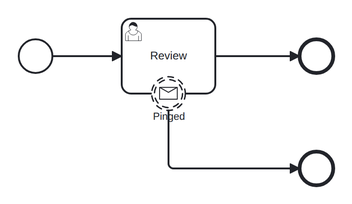
This is conformance/catalog/diagrams/boundary-message-noninterrupting.png from pblumer/atlas, a BPMN export, as it was before one commit. Its source is kept beside it as conformance/models/boundary-message-noninterrupting.bpmn. Ids are renumbered. The source it was exported from:
```xml
<!--
  Conformance micro-fixture: a non-interrupting boundary message.

  Start -> userTask "review" -> End "done", with a non-interrupting boundary
  message ("ping", correlation key "K") on "review" routing to End "notified".
  When the message arrives the boundary spawns a *parallel* token to "notified"
  while the host keeps running — the defining property of non-interrupting. The
  instance finishes only once both tokens end. Driver: Publish("ping", "K") then
  Complete("review").
-->
<definitions xmlns="http://www.omg.org/spec/BPMN/20100524/MODEL"
             xmlns:bpmndi="http://www.omg.org/spec/BPMN/20100524/DI"
             xmlns:dc="http://www.omg.org/spec/DD/20100524/DC"
             xmlns:di="http://www.omg.org/spec/DD/20100524/DI"
             xmlns:zeebe="http://camunda.org/schema/zeebe/1.0"
             id="defs_boundary_message_noninterrupting" targetNamespace="http://atlas/conformance">
  <message id="Msg_ping" name="ping">
    <extensionElements>
      <zeebe:subscription correlationKey="= &quot;K&quot;"/>
    </extensionElements>
  </message>
  <process id="boundary-message-noninterrupting" name="Boundary message (non-interrupting)" isExecutable="true">
    <startEvent id="start"/>
    <userTask id="review" name="Review">
      <extensionElements>
        <zeebe:assignmentDefinition candidateGroups="reviewers"/>
      </extensionElements>
    </userTask>
    <boundaryEvent id="pinged" name="Pinged" attachedToRef="review" cancelActivity="false">
      <messageEventDefinition messageRef="Msg_ping"/>
    </boundaryEvent>
    <endEvent id="done"/>
    <endEvent id="notified"/>
    <sequenceFlow id="f1" sourceRef="start" targetRef="review"/>
    <sequenceFlow id="f2" sourceRef="review" targetRef="done"/>
    <sequenceFlow id="f3" sourceRef="pinged" targetRef="notified"/>
  </process>
  <bpmndi:BPMNDiagram id="diagram">
    <bpmndi:BPMNPlane id="plane" bpmnElement="boundary-message-noninterrupting">
      <bpmndi:BPMNShape id="di_start" bpmnElement="start"><dc:Bounds x="160" y="182" width="36" height="36"/></bpmndi:BPMNShape>
      <bpmndi:BPMNShape id="di_review" bpmnElement="review"><dc:Bounds x="270" y="160" width="100" height="80"/></bpmndi:BPMNShape>
      <bpmndi:BPMNShape id="di_done" bpmnElement="done"><dc:Bounds x="460" y="182" width="36" height="36"/></bpmndi:BPMNShape>
      <bpmndi:BPMNShape id="di_pinged" bpmnElement="pinged"><dc:Bounds x="302" y="222" width="36" height="36"/></bpmndi:BPMNShape>
      <bpmndi:BPMNShape id="di_notified" bpmnElement="notified"><dc:Bounds x="460" y="302" width="36" height="36"/></bpmndi:BPMNShape>
      <bpmndi:BPMNEdge id="di_f1" bpmnElement="f1"><di:waypoint x="196" y="200"/><di:waypoint x="270" y="200"/></bpmndi:BPMNEdge>
      <bpmndi:BPMNEdge id="di_f2" bpmnElement="f2"><di:waypoint x="370" y="200"/><di:waypoint x="460" y="200"/></bpmndi:BPMNEdge>
      <bpmndi:BPMNEdge id="di_f3" bpmnElement="f3"><di:waypoint x="320" y="258"/><di:waypoint x="320" y="320"/><di:waypoint x="460" y="320"/></bpmndi:BPMNEdge>
    </bpmndi:BPMNPlane>
  </bpmndi:BPMNDiagram>
</definitions>
```
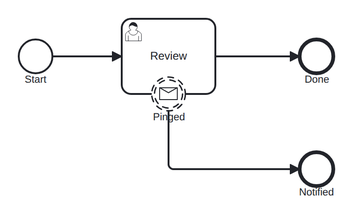
The same diagram one commit later.

Change to the diagram source:
```diff
@@ -20,7 +20,7 @@
     </extensionElements>
   </message>
   <process id="boundary-message-noninterrupting" name="Boundary message (non-interrupting)" isExecutable="true">
-    <startEvent id="start"/>
+    <startEvent id="start" name="Start"/>
     <userTask id="review" name="Review">
       <extensionElements>
         <zeebe:assignmentDefinition candidateGroups="reviewers"/>
@@ -29,8 +29,8 @@
     <boundaryEvent id="pinged" name="Pinged" attachedToRef="review" cancelActivity="false">
       <messageEventDefinition messageRef="Msg_ping"/>
     </boundaryEvent>
-    <endEvent id="done"/>
-    <endEvent id="notified"/>
+    <endEvent id="done" name="Done"/>
+    <endEvent id="notified" name="Notified"/>
     <sequenceFlow id="f1" sourceRef="start" targetRef="review"/>
     <sequenceFlow id="f2" sourceRef="review" targetRef="done"/>
     <sequenceFlow id="f3" sourceRef="pinged" targetRef="notified"/>
```
